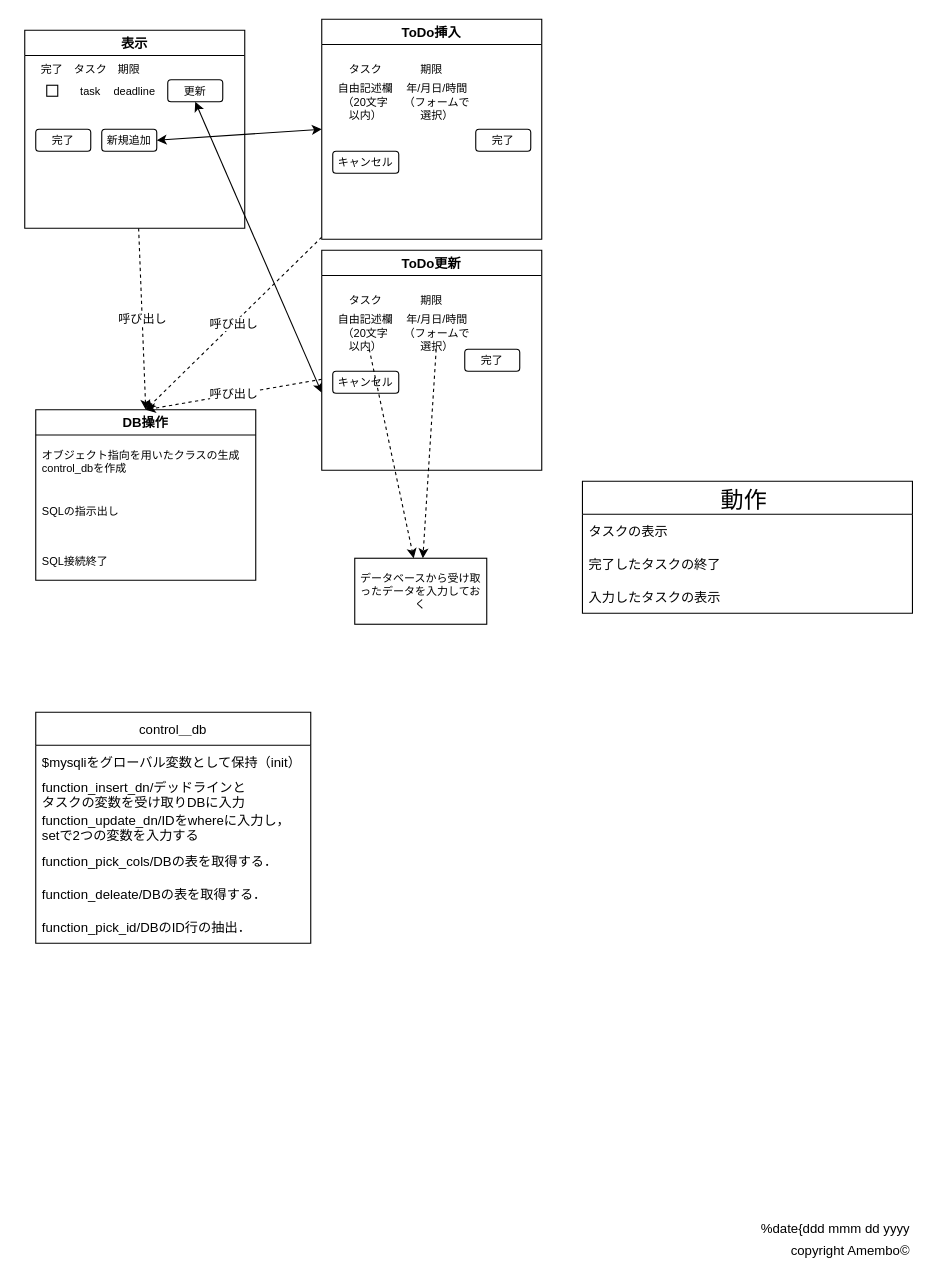
The draw.io diagram img/Screen_image.dio in Amenbo1219/ToDOlist, before the edit. Source tidied: cells renumbered, new cells numbered last; positions are measured from the earlier drawing's top-left corner, leaving out a move shared by most shapes. Both pictures are drawn from the tidied source at 110%, with x=0, y=0 at pixel (19, 19).
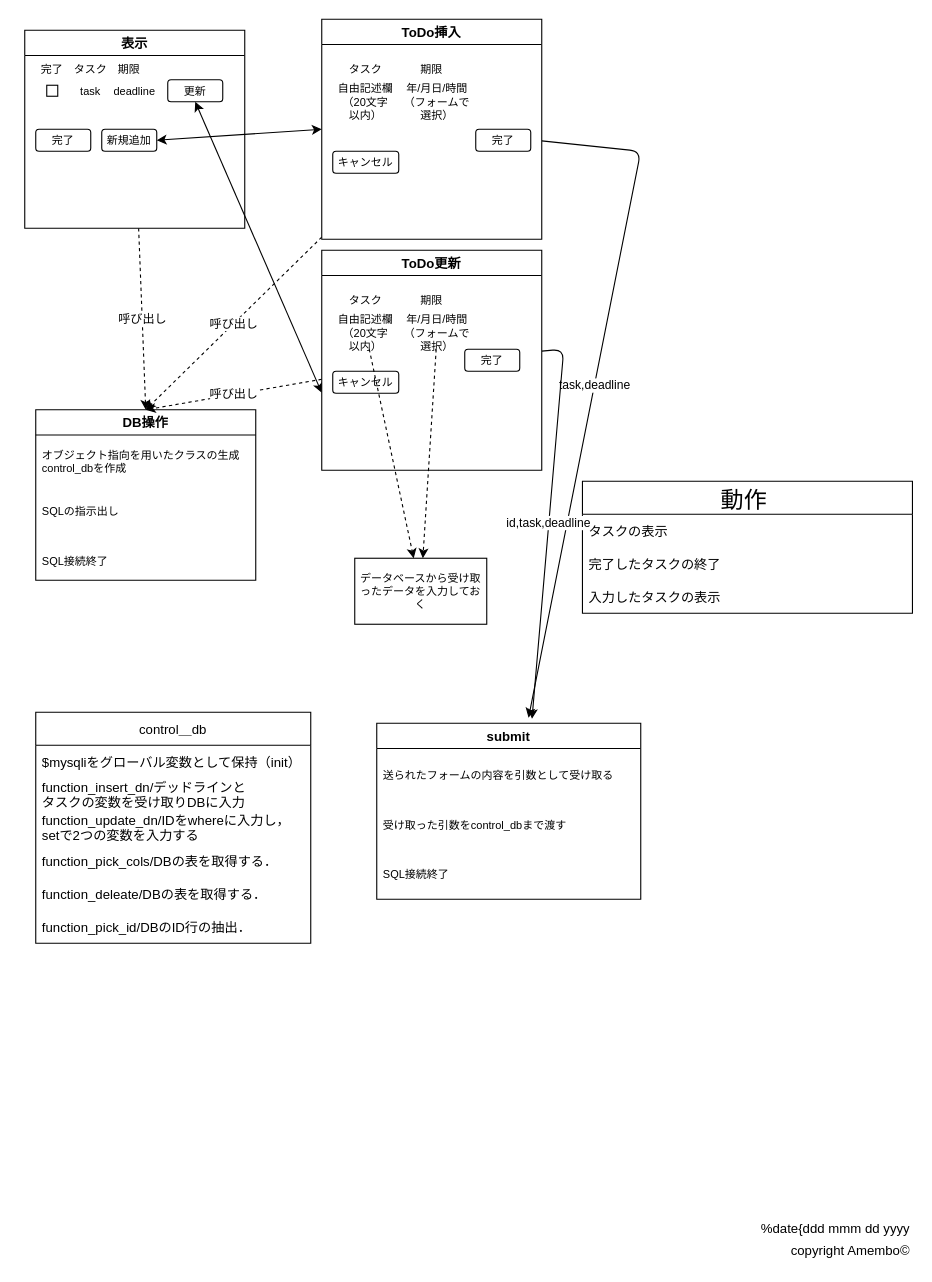
The same page after the edit.

Unchanged cells that the change refers to:
```xml
<mxCell id="7" value="ToDo挿入" style="swimlane;swimlaneFillColor=default;" parent="1" vertex="1">
  <mxGeometry x="275" width="200" height="200" as="geometry" />
</mxCell>
<mxCell id="32" value="ToDo更新" style="swimlane;swimlaneFillColor=default;" parent="1" vertex="1">
  <mxGeometry x="275" y="210" width="200" height="200" as="geometry" />
</mxCell>
```

Change to the diagram source:
```diff
@@
-<mxGraphModel>
+<mxGraphModel background="#ffffff">
@@
+    <mxCell id="52" value="task,deadline" style="edgeStyle=none;html=1;entryX=0.575;entryY=-0.031;entryDx=0;entryDy=0;entryPerimeter=0;" parent="1" edge="1" source="7" target="54">
+      <mxGeometry relative="1" as="geometry">
+        <Array as="points">
+          <mxPoint x="565" y="120" />
+        </Array>
+      </mxGeometry>
+    </mxCell>
@@
+    <mxCell id="53" value="id,task,deadline" style="edgeStyle=none;html=1;entryX=0.588;entryY=-0.025;entryDx=0;entryDy=0;entryPerimeter=0;" parent="1" edge="1" source="32" target="54">
+      <mxGeometry relative="1" as="geometry">
+        <Array as="points">
+          <mxPoint x="495" y="300" />
+        </Array>
+      </mxGeometry>
+    </mxCell>
@@
+    <mxCell id="54" value="submit" style="swimlane;swimlaneFillColor=default;startSize=23;" parent="1" vertex="1">
+      <mxGeometry x="325" y="640" width="240" height="160" as="geometry" />
+    </mxCell>
+    <mxCell id="55" value="送られたフォームの内容を引数として受け取る" style="text;strokeColor=none;fillColor=none;align=left;verticalAlign=middle;spacingLeft=4;spacingRight=4;overflow=hidden;fontFamily=Helvetica;fontSize=10;" parent="54" vertex="1">
+      <mxGeometry y="25" width="240" height="45" as="geometry" />
+    </mxCell>
+    <mxCell id="56" value="受け取った引数をcontrol_dbまで渡す" style="text;strokeColor=none;fillColor=none;align=left;verticalAlign=middle;spacingLeft=4;spacingRight=4;overflow=hidden;fontFamily=Helvetica;fontSize=10;" parent="54" vertex="1">
+      <mxGeometry y="70" width="200" height="45" as="geometry" />
+    </mxCell>
+    <mxCell id="57" value="SQL接続終了" style="text;strokeColor=none;fillColor=none;align=left;verticalAlign=middle;spacingLeft=4;spacingRight=4;overflow=hidden;fontFamily=Helvetica;fontSize=10;" parent="54" vertex="1">
+      <mxGeometry y="115" width="240" height="45" as="geometry" />
+    </mxCell>
```
